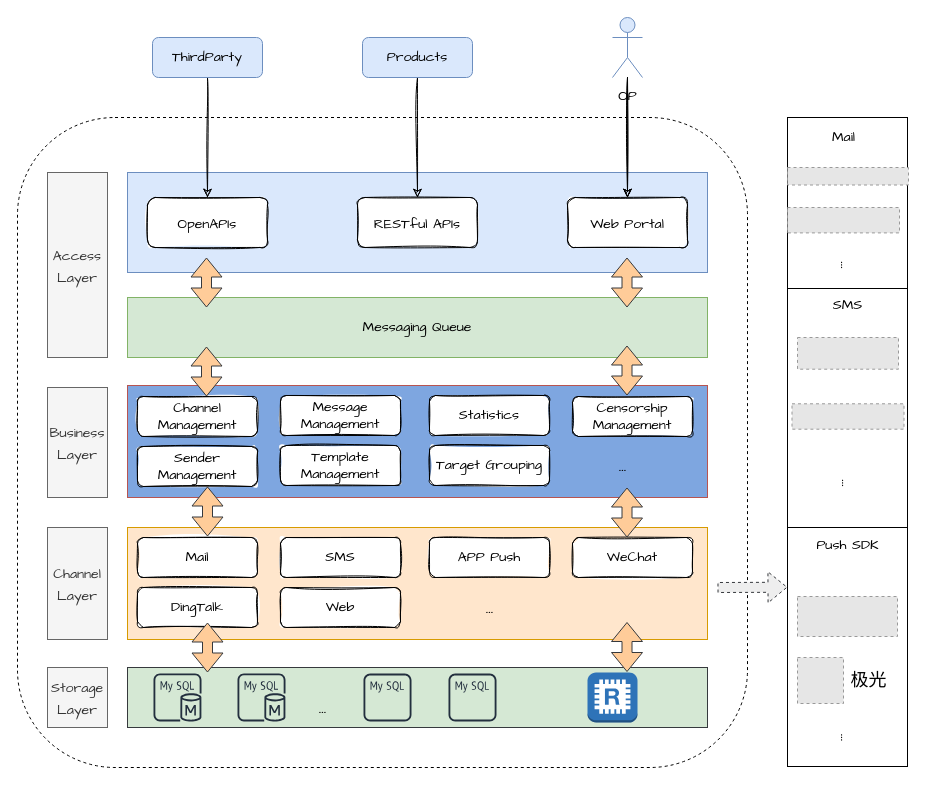
Above: MSP.drawio in yindongjun/gangzhang.github.io (draw.io), before the change. Source tidied: cells renumbered, new cells numbered last; positions are measured from the earlier drawing's top-left corner, leaving out a move shared by most shapes. Both pictures are drawn from the tidied source at 100%, with x=0, y=0 at pixel (17, 17). Pictures stored in the file or linked from it are replaced by grey dashed boxes.
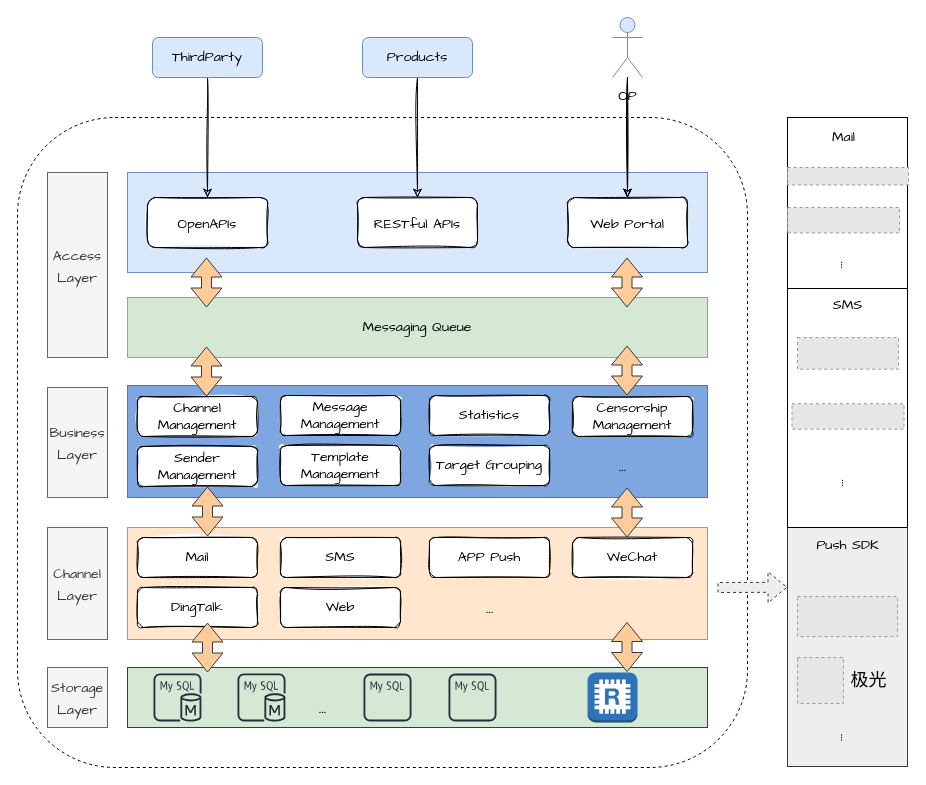
Above is the later version.

What changed in the source:
```diff
@@
-    <mxCell id="43" style="rounded=0;whiteSpace=wrap;html=1;labelBackgroundColor=none;sketch=0;fontFamily=Comic Sans MS;fontSize=14;fontColor=none;strokeColor=#000000;fillColor=default;" parent="1" vertex="1">
+    <mxCell id="43" style="rounded=0;whiteSpace=wrap;html=1;labelBackgroundColor=none;sketch=0;fontFamily=Comic Sans MS;fontSize=14;strokeColor=#36393d;fillColor=#eeeeee;" parent="1" vertex="1">
       <mxGeometry x="770" y="510" width="120" height="239" as="geometry" />
     </mxCell>
```
